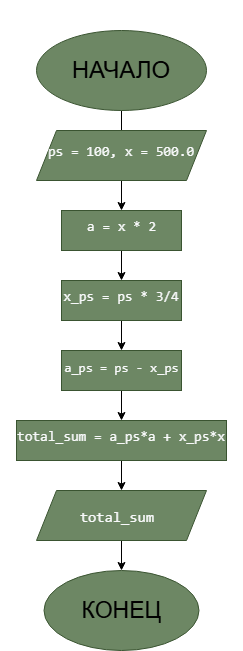
This is Lab2_schema.drawio.png from stainitz-boss/Lab2, a draw.io export, as it was before one commit. Source tidied: cells renumbered, new cells last; positions are measured from the earlier drawing's top-left corner, leaving out a move shared by most shapes.
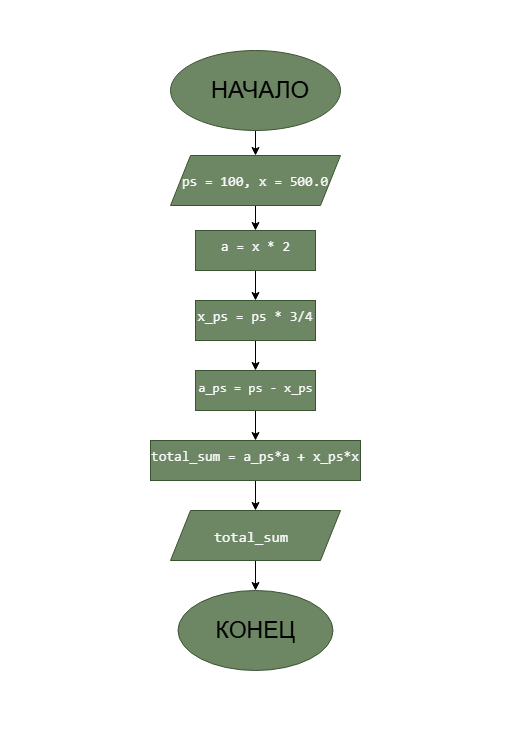
After the commit.

Change to the diagram source:
```diff
@@ -2,11 +2,12 @@
   <root>
     <mxCell id="0" />
     <mxCell id="1" parent="0" />
-    <mxCell id="2" style="edgeStyle=orthogonalEdgeStyle;rounded=0;jettySize=auto;html=1;" parent="1" edge="1" source="3">
-      <mxGeometry relative="1" as="geometry">
-        <mxPoint x="121" y="160" as="targetPoint" />
-      </mxGeometry>
-    </mxCell>
+    <mxCell id="25" style="rounded=0;whiteSpace=wrap;html=1;strokeColor=none;" parent="1" vertex="1">
+      <mxGeometry x="-134" y="-20" width="520" height="730" as="geometry" />
+    </mxCell>
+    <mxCell id="26" style="edgeStyle=orthogonalEdgeStyle;rounded=0;jettySize=auto;html=1;entryX=0.5;entryY=0;entryDx=0;entryDy=0;" parent="1" edge="1" source="3" target="5">
+      <mxGeometry relative="1" as="geometry" />
+    </mxCell>
     <mxCell id="3" style="ellipse;whiteSpace=wrap;html=1;shapeInside=1;fillColor=#6d8764;strokeColor=#3A5431;fontColor=#ffffff;" parent="1" vertex="1">
       <mxGeometry x="36" y="30" width="170" height="80" as="geometry" />
     </mxCell>
@@ -14,7 +15,7 @@
       <mxGeometry relative="1" as="geometry" />
     </mxCell>
     <mxCell id="5" style="shape=parallelogram;perimeter=parallelogramPerimeter;whiteSpace=wrap;html=1;shapeInside=1;fixedSize=1;fillColor=#6d8764;fontColor=#ffffff;strokeColor=#3A5431;" parent="1" vertex="1">
-      <mxGeometry x="36" y="130" width="170" height="50" as="geometry" />
+      <mxGeometry x="36" y="135" width="170" height="50" as="geometry" />
     </mxCell>
     <mxCell id="6" style="edgeStyle=orthogonalEdgeStyle;rounded=0;jettySize=auto;html=1;" parent="1" edge="1" source="7" target="9">
       <mxGeometry relative="1" as="geometry" />
@@ -50,10 +51,10 @@
       <mxGeometry x="43.5" y="570" width="155" height="80" as="geometry" />
     </mxCell>
     <mxCell id="17" value="НАЧАЛО" style="text;html=1;whiteSpace=wrap;align=center;verticalAlign=middle;rounded=0;fontColor=light-dark(#000000,#000000);fontSize=24;" parent="1" vertex="1">
-      <mxGeometry x="16" width="210" height="140" as="geometry" />
+      <mxGeometry x="21" y="5" width="210" height="130" as="geometry" />
     </mxCell>
     <mxCell id="18" value="&#10;&lt;pre style=&quot;font-style: normal; font-variant: normal; font-size-adjust: none; font-language-override: normal; font-kerning: auto; font-optical-sizing: auto; font-feature-settings: normal; font-variation-settings: normal; font-weight: 400; font-stretch: normal; line-height: 22px; font-family: Menlo, Monaco, Consolas, &amp;quot;Cascadia Mono&amp;quot;, &amp;quot;Ubuntu Mono&amp;quot;, &amp;quot;DejaVu Sans Mono&amp;quot;, &amp;quot;Liberation Mono&amp;quot;, &amp;quot;JetBrains Mono&amp;quot;, &amp;quot;Fira Code&amp;quot;, Cousine, &amp;quot;Roboto Mono&amp;quot;, &amp;quot;Courier New&amp;quot;, Courier, sans-serif, system-ui; overflow: auto; white-space: pre-wrap; word-break: break-all; padding: 16px; color: rgb(249, 250, 251); letter-spacing: normal; orphans: 2; text-align: start; text-indent: 0px; text-transform: none; widows: 2; word-spacing: 0px; -webkit-text-stroke-width: 0px; text-decoration-thickness: initial; text-decoration-style: initial; text-decoration-color: initial; margin: 0px !important;&quot;&gt;&lt;span&gt;ps = 100, x = 500.0&lt;/span&gt;&lt;/pre&gt;&#10;&#10;" style="text;html=1;whiteSpace=wrap;strokeColor=none;fillColor=none;align=center;verticalAlign=middle;rounded=0;fontSize=14;" parent="1" vertex="1">
-      <mxGeometry x="21" y="145" width="200" height="30" as="geometry" />
+      <mxGeometry x="21" y="155" width="200" height="30" as="geometry" />
     </mxCell>
     <mxCell id="19" value="&#10;&lt;pre style=&quot;font-style: normal; font-variant: normal; font-size-adjust: none; font-language-override: normal; font-kerning: auto; font-optical-sizing: auto; font-feature-settings: normal; font-variation-settings: normal; font-weight: 400; font-stretch: normal; line-height: 22px; font-family: Menlo, Monaco, Consolas, &amp;quot;Cascadia Mono&amp;quot;, &amp;quot;Ubuntu Mono&amp;quot;, &amp;quot;DejaVu Sans Mono&amp;quot;, &amp;quot;Liberation Mono&amp;quot;, &amp;quot;JetBrains Mono&amp;quot;, &amp;quot;Fira Code&amp;quot;, Cousine, &amp;quot;Roboto Mono&amp;quot;, &amp;quot;Courier New&amp;quot;, Courier, sans-serif, system-ui; overflow: auto; white-space: pre-wrap; word-break: break-all; padding: 16px; color: rgb(249, 250, 251); letter-spacing: normal; orphans: 2; text-align: start; text-indent: 0px; text-transform: none; widows: 2; word-spacing: 0px; -webkit-text-stroke-width: 0px; text-decoration-thickness: initial; text-decoration-style: initial; text-decoration-color: initial; margin: 0px !important;&quot;&gt;&lt;span&gt;a = x * 2&lt;/span&gt;&lt;/pre&gt;&#10;&#10;" style="text;html=1;whiteSpace=wrap;strokeColor=none;fillColor=none;align=center;verticalAlign=middle;rounded=0;fontSize=14;" parent="1" vertex="1">
       <mxGeometry x="56.6" y="220" width="128.8" height="30" as="geometry" />
```
